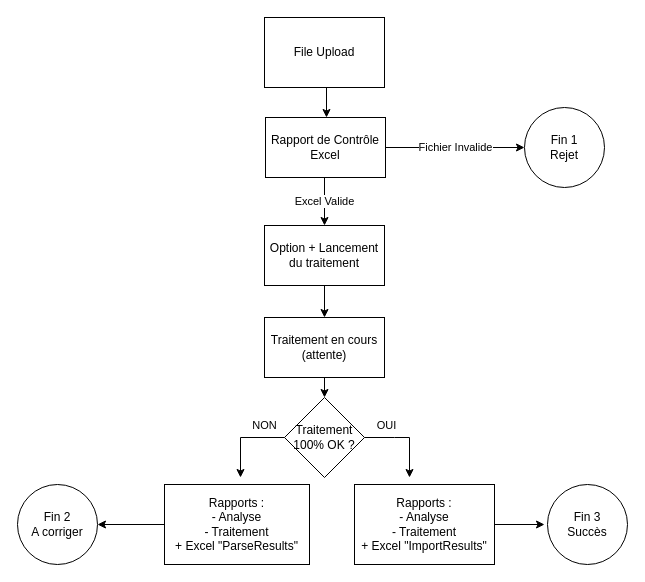
Before: Spécifications/Import - Diagram d'enchaînement des écrans.drawio in xarich/XRIPersonalWiki, a draw.io diagram. Source tidied: cells renumbered, new cells numbered last; positions are measured from the earlier drawing's top-left corner, leaving out a move shared by most shapes. Both pictures are drawn from the tidied source at 100%, with x=0, y=0 at pixel (17, 17).
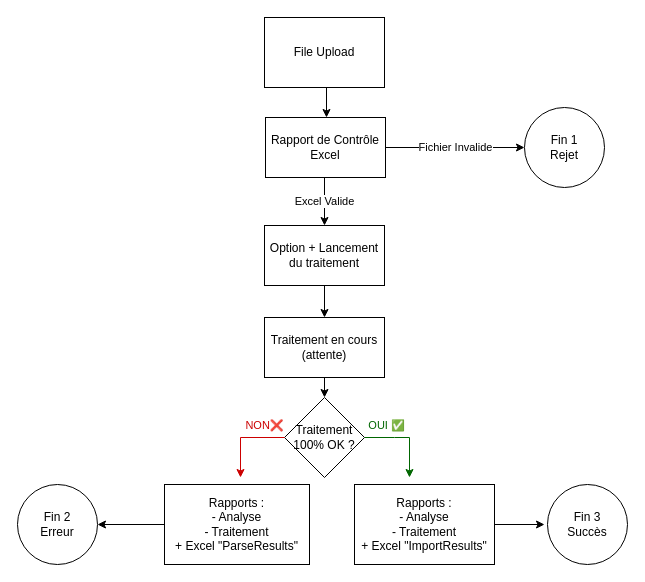
The same diagram, later.

Commit message:
Ajout de couleurs

Change to the diagram source:
```diff
@@
-    <mxCell id="11" value="Traitement 100% OK ?" style="rhombus;whiteSpace=wrap;html=1;" parent="1" vertex="1">
+    <mxCell id="11" value="&lt;font style=&quot;font-size: 12px&quot;&gt;Traitement 100% OK ?&lt;/font&gt;" style="rhombus;whiteSpace=wrap;html=1;" parent="1" vertex="1">
       <mxGeometry x="267" y="380" width="80" height="80" as="geometry" />
     </mxCell>
@@
-    <mxCell id="15" value="Fin 2&lt;br&gt;A corriger" style="ellipse;whiteSpace=wrap;html=1;" parent="1" vertex="1">
+    <mxCell id="15" value="Fin 2&lt;br&gt;Erreur" style="ellipse;whiteSpace=wrap;html=1;" parent="1" vertex="1">
       <mxGeometry y="467" width="80" height="80" as="geometry" />
     </mxCell>
@@
-    <mxCell id="19" style="endArrow=classic;html=1;rounded=0;" parent="1" edge="1">
+    <mxCell id="19" style="endArrow=classic;html=1;rounded=0;strokeColor=#006600;" parent="1" edge="1">
       <mxGeometry relative="1" as="geometry">
         <mxPoint x="347" y="420" as="sourcePoint" />
         <mxPoint x="392" y="460" as="targetPoint" />
         <Array as="points">
           <mxPoint x="377" y="420" />
           <mxPoint x="392" y="420" />
         </Array>
       </mxGeometry>
     </mxCell>
-    <mxCell id="20" value="OUI" style="edgeLabel;html=1;align=center;verticalAlign=middle;" parent="19" vertex="1">
+    <mxCell id="20" value="OUI ✅" style="edgeLabel;html=1;align=center;verticalAlign=middle;fontColor=#006600;" parent="19" vertex="1">
       <mxGeometry relative="1" as="geometry">
         <mxPoint x="-22" y="-13" as="offset" />
       </mxGeometry>
     </mxCell>
-    <mxCell id="21" style="endArrow=classic;html=1;rounded=0;exitX=0;exitY=0.5;exitDx=0;exitDy=0;" parent="1" edge="1" source="11">
+    <mxCell id="21" style="endArrow=classic;html=1;rounded=0;exitX=0;exitY=0.5;exitDx=0;exitDy=0;strokeColor=#CC0000;" parent="1" edge="1" source="11">
       <mxGeometry relative="1" as="geometry">
         <mxPoint x="223" y="460" as="targetPoint" />
         <Array as="points">
           <mxPoint x="223" y="420" />
         </Array>
       </mxGeometry>
     </mxCell>
-    <mxCell id="22" value="NON" style="edgeLabel;html=1;align=center;verticalAlign=middle;" parent="21" vertex="1">
+    <mxCell id="22" value="NON❌" style="edgeLabel;html=1;align=center;verticalAlign=middle;fontColor=#CC0000;" parent="21" vertex="1">
       <mxGeometry relative="1" as="geometry">
         <mxPoint x="21" y="-13" as="offset" />
       </mxGeometry>
     </mxCell>
```
